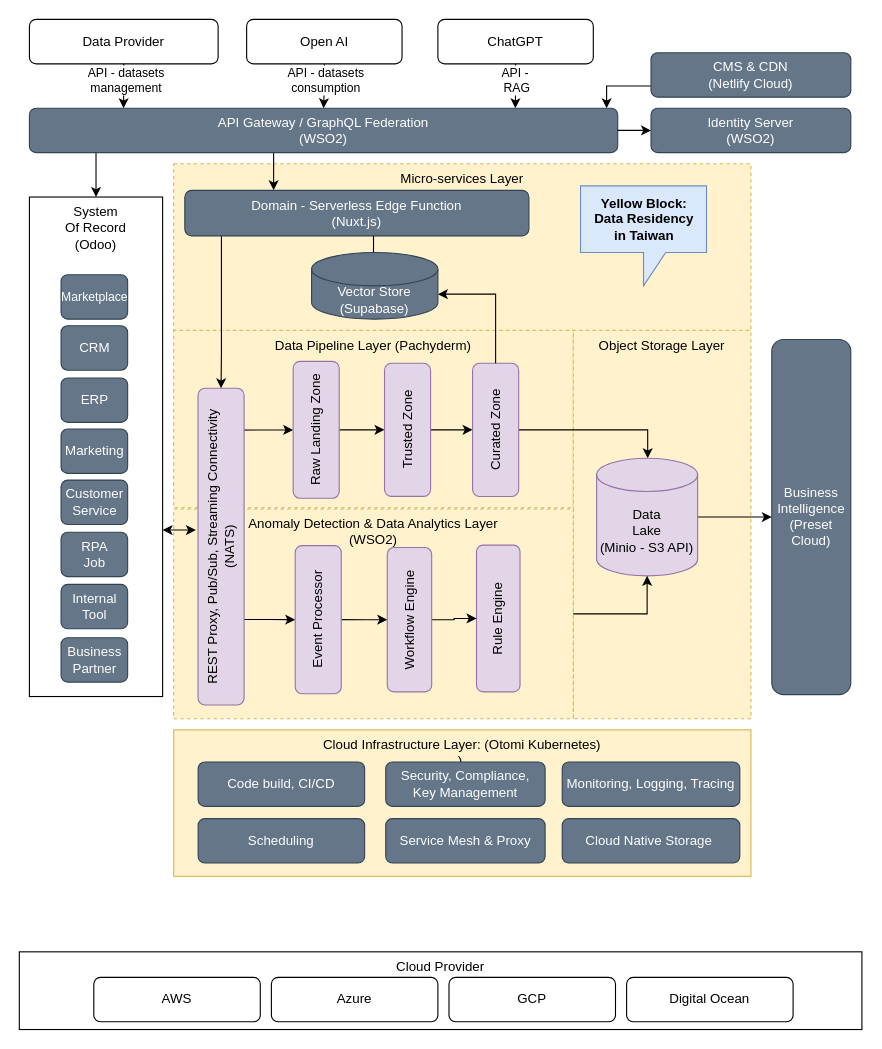
Earlier version of the draw.io diagram master.drawio (man-chi/kata). Source tidied: cells renumbered, new cells numbered last; positions are measured from the earlier drawing's top-left corner, leaving out a move shared by most shapes. Both pictures are drawn from the tidied source at 111%, with x=0, y=0 at pixel (19, 19).
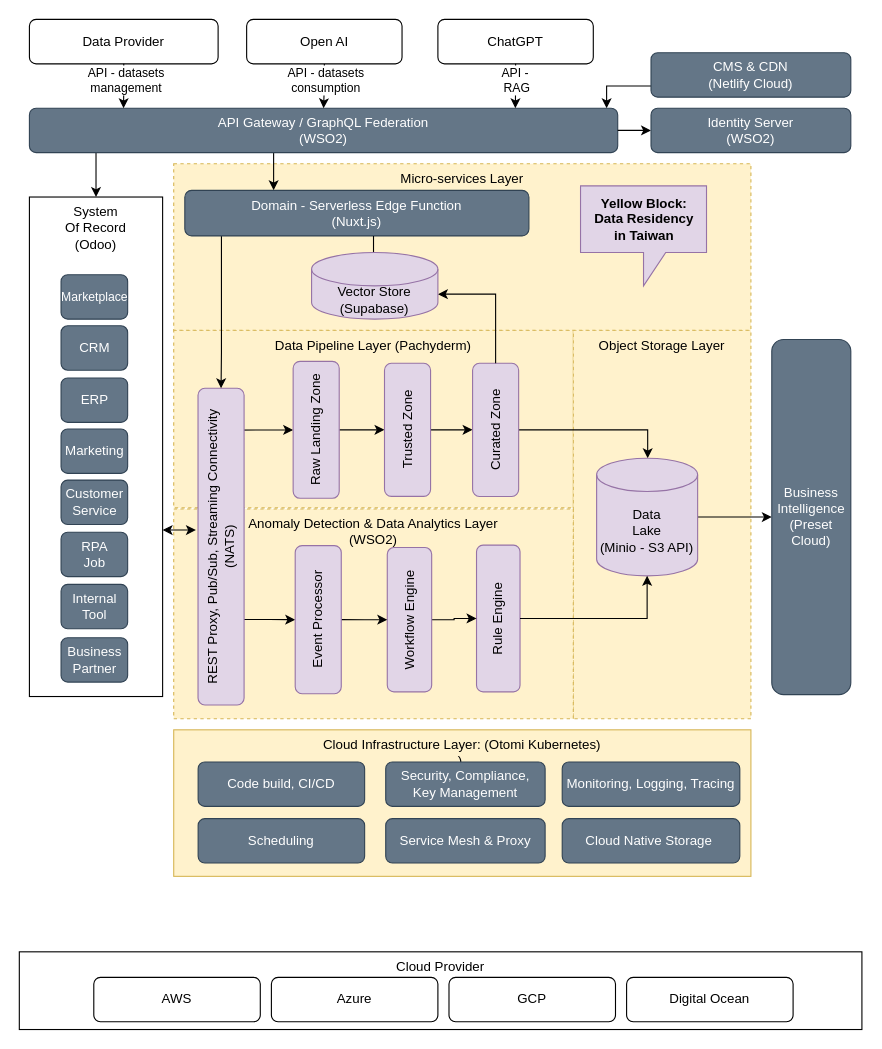
The same page after the edit.

The change refers to these unchanged cells:
```xml
<mxCell id="6" value="Anomaly Detection &amp;amp; Data Analytics Layer&lt;br&gt;(WSO2)" style="rounded=0;whiteSpace=wrap;html=1;align=center;verticalAlign=top;strokeColor=#d6b656;fillColor=#fff2cc;dashed=1;" parent="1" vertex="1">
  <mxGeometry x="139" y="441" width="360" height="189" as="geometry" />
</mxCell>
<mxCell id="32" value="Data&lt;br&gt;Lake&lt;br&gt;(Minio - S3 API)" style="shape=cylinder3;whiteSpace=wrap;html=1;boundedLbl=1;backgroundOutline=1;size=15;fillStyle=auto;fillColor=#e1d5e7;strokeColor=#9673a6;" parent="1" vertex="1">
  <mxGeometry x="520" y="395.3" width="91" height="106" as="geometry" />
</mxCell>
<mxCell id="33" value="Rule Engine" style="rounded=1;whiteSpace=wrap;html=1;fillColor=#e1d5e7;strokeColor=#9673a6;rotation=-90;" parent="1" vertex="1">
  <mxGeometry x="365.3" y="520.1" width="132.2" height="39.2" as="geometry" />
</mxCell>
```

The edit, as a diff of the source:
```diff
@@
-    <mxCell id="51" style="edgeStyle=orthogonalEdgeStyle;rounded=0;jettySize=auto;html=1;entryX=0.5;entryY=1;entryDx=0;entryDy=0;entryPerimeter=0;exitX=1;exitY=0.5;exitDx=0;exitDy=0;" parent="1" edge="1" source="6" target="32">
+    <mxCell id="51" style="edgeStyle=orthogonalEdgeStyle;rounded=0;jettySize=auto;html=1;entryX=0.5;entryY=1;entryDx=0;entryDy=0;entryPerimeter=0;exitX=0.5;exitY=1;exitDx=0;exitDy=0;" parent="1" edge="1" source="33" target="32">
       <mxGeometry relative="1" as="geometry" />
     </mxCell>
@@
-    <mxCell id="59" value="Vector Store&lt;br&gt;(Supabase)" style="shape=cylinder3;whiteSpace=wrap;html=1;boundedLbl=1;backgroundOutline=1;size=15;fillStyle=auto;fillColor=#647687;strokeColor=#314354;fontColor=#ffffff;" parent="1" vertex="1">
+    <mxCell id="59" value="Vector Store&lt;br&gt;(Supabase)" style="shape=cylinder3;whiteSpace=wrap;html=1;boundedLbl=1;backgroundOutline=1;size=15;fillStyle=auto;fillColor=#e1d5e7;strokeColor=#9673a6;" parent="1" vertex="1">
       <mxGeometry x="263.2" y="210" width="113.8" height="60" as="geometry" />
     </mxCell>
@@
-    <mxCell id="69" value="&lt;b&gt;Yellow Block:&lt;br&gt;&lt;/b&gt;&lt;div&gt;&lt;b&gt;Data Residency&lt;/b&gt;&lt;/div&gt;&lt;b&gt;in Taiwan&lt;/b&gt;" style="shape=callout;whiteSpace=wrap;html=1;perimeter=calloutPerimeter;fillColor=#dae8fc;strokeColor=#6c8ebf;" parent="1" vertex="1">
+    <mxCell id="69" value="&lt;b&gt;Yellow Block:&lt;br&gt;&lt;/b&gt;&lt;div&gt;&lt;b&gt;Data Residency&lt;/b&gt;&lt;/div&gt;&lt;b&gt;in Taiwan&lt;/b&gt;" style="shape=callout;whiteSpace=wrap;html=1;perimeter=calloutPerimeter;fillColor=#e1d5e7;strokeColor=#9673a6;" parent="1" vertex="1">
       <mxGeometry x="505.5" y="150" width="113.5" height="90" as="geometry" />
     </mxCell>
```
